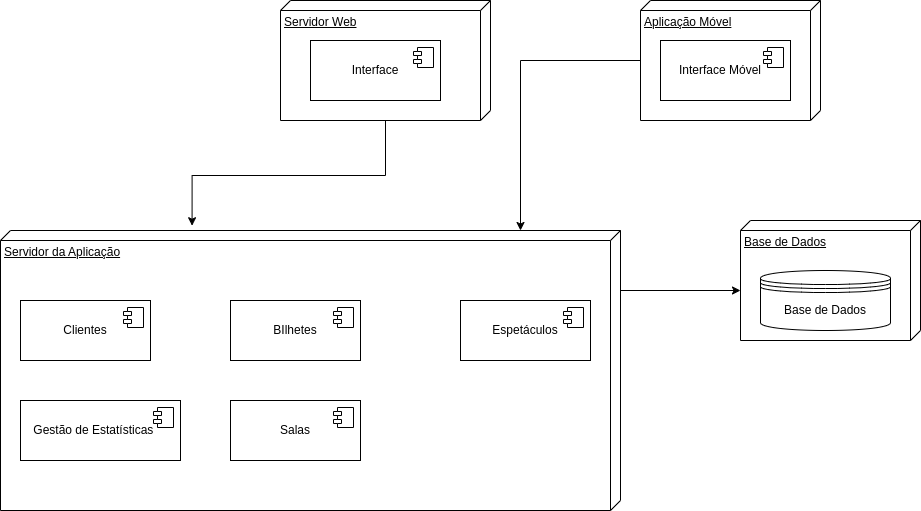
The draw.io diagram UML_Instalação.drawio.png in leorsd/ESOF_UML, before a commit. Source tidied: cells renumbered, new cells last; positions are measured from the earlier drawing's top-left corner, leaving out a move shared by most shapes.
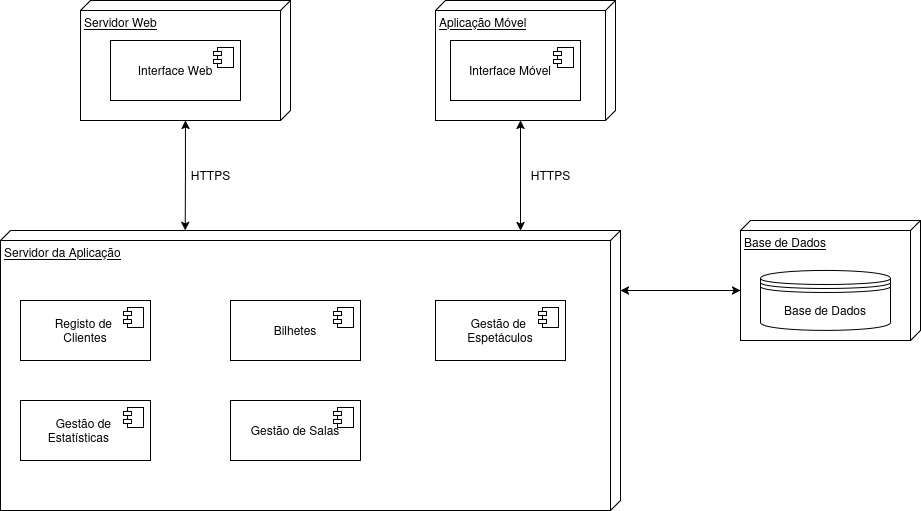
The same diagram one commit later.

Diff of the diagram source:
```diff
@@ -3,7 +3,7 @@
     <mxCell id="0" />
     <mxCell id="1" parent="0" />
     <mxCell id="2" value="Servidor Web" style="verticalAlign=top;align=left;spacingTop=8;spacingLeft=2;spacingRight=12;shape=cube;size=10;direction=south;fontStyle=4;html=1;whiteSpace=wrap;" parent="1" vertex="1">
-      <mxGeometry x="280" width="210" height="120" as="geometry" />
+      <mxGeometry x="80" width="210" height="120" as="geometry" />
     </mxCell>
     <mxCell id="3" value="Base de Dados" style="verticalAlign=top;align=left;spacingTop=8;spacingLeft=2;spacingRight=12;shape=cube;size=10;direction=south;fontStyle=4;html=1;whiteSpace=wrap;" parent="1" vertex="1">
       <mxGeometry x="740" y="220" width="180" height="120" as="geometry" />
@@ -12,10 +12,10 @@
       <mxGeometry y="230" width="620" height="280" as="geometry" />
     </mxCell>
     <mxCell id="5" value="Aplicação Móvel" style="verticalAlign=top;align=left;spacingTop=8;spacingLeft=2;spacingRight=12;shape=cube;size=10;direction=south;fontStyle=4;html=1;whiteSpace=wrap;" parent="1" vertex="1">
-      <mxGeometry x="640" width="180" height="120" as="geometry" />
+      <mxGeometry x="435" width="180" height="120" as="geometry" />
     </mxCell>
-    <mxCell id="6" value="Interf&lt;span style=&quot;color: rgba(0, 0, 0, 0); font-family: monospace; font-size: 0px; text-align: start; text-wrap-mode: nowrap;&quot;&gt;%3CmxGraphModel%3E%3Croot%3E%3CmxCell%20id%3D%220%22%2F%3E%3CmxCell%20id%3D%221%22%20parent%3D%220%22%2F%3E%3CmxCell%20id%3D%222%22%20value%3D%22Servidor%20Web%22%20style%3D%22verticalAlign%3Dtop%3Balign%3Dleft%3BspacingTop%3D8%3BspacingLeft%3D2%3BspacingRight%3D12%3Bshape%3Dcube%3Bsize%3D10%3Bdirection%3Dsouth%3BfontStyle%3D4%3Bhtml%3D1%3BwhiteSpace%3Dwrap%3B%22%20vertex%3D%221%22%20parent%3D%221%22%3E%3CmxGeometry%20x%3D%22-270%22%20y%3D%22210%22%20width%3D%22180%22%20height%3D%22120%22%20as%3D%22geometry%22%2F%3E%3C%2FmxCell%3E%3C%2Froot%3E%3C%2FmxGraphModel%3E&lt;/span&gt;ace" style="html=1;whiteSpace=wrap;" parent="1" vertex="1">
-      <mxGeometry x="310" y="40" width="130" height="60" as="geometry" />
+    <mxCell id="6" value="Interf&lt;span style=&quot;color: rgba(0, 0, 0, 0); font-family: monospace; font-size: 0px; text-align: start; text-wrap-mode: nowrap;&quot;&gt;%3CmxGraphModel%3E%3Croot%3E%3CmxCell%20id%3D%220%22%2F%3E%3CmxCell%20id%3D%221%22%20parent%3D%220%22%2F%3E%3CmxCell%20id%3D%222%22%20value%3D%22Servidor%20Web%22%20style%3D%22verticalAlign%3Dtop%3Balign%3Dleft%3BspacingTop%3D8%3BspacingLeft%3D2%3BspacingRight%3D12%3Bshape%3Dcube%3Bsize%3D10%3Bdirection%3Dsouth%3BfontStyle%3D4%3Bhtml%3D1%3BwhiteSpace%3Dwrap%3B%22%20vertex%3D%221%22%20parent%3D%221%22%3E%3CmxGeometry%20x%3D%22-270%22%20y%3D%22210%22%20width%3D%22180%22%20height%3D%22120%22%20as%3D%22geometry%22%2F%3E%3C%2FmxCell%3E%3C%2Froot%3E%3C%2FmxGraphModel%3E&lt;/span&gt;ace Web" style="html=1;whiteSpace=wrap;" parent="1" vertex="1">
+      <mxGeometry x="110" y="40" width="130" height="60" as="geometry" />
     </mxCell>
     <mxCell id="7" style="shape=module;jettyWidth=8;jettyHeight=4;" parent="6" vertex="1">
       <mxGeometry x="1" width="20" height="20" relative="1" as="geometry">
@@ -23,14 +23,14 @@
       </mxGeometry>
     </mxCell>
     <mxCell id="8" value="Interf&lt;span style=&quot;color: rgba(0, 0, 0, 0); font-family: monospace; font-size: 0px; text-align: start; text-wrap-mode: nowrap;&quot;&gt;%3CmxGraphModel%3E%3Croot%3E%3CmxCell%20id%3D%220%22%2F%3E%3CmxCell%20id%3D%221%22%20parent%3D%220%22%2F%3E%3CmxCell%20id%3D%222%22%20value%3D%22Servidor%20Web%22%20style%3D%22verticalAlign%3Dtop%3Balign%3Dleft%3BspacingTop%3D8%3BspacingLeft%3D2%3BspacingRight%3D12%3Bshape%3Dcube%3Bsize%3D10%3Bdirection%3Dsouth%3BfontStyle%3D4%3Bhtml%3D1%3BwhiteSpace%3Dwrap%3B%22%20vertex%3D%221%22%20parent%3D%221%22%3E%3CmxGeometry%20x%3D%22-270%22%20y%3D%22210%22%20width%3D%22180%22%20height%3D%22120%22%20as%3D%22geometry%22%2F%3E%3C%2FmxCell%3E%3C%2Froot%3E%3C%2FmxGraphModel%3E&lt;/span&gt;ace Móvel&amp;nbsp; &amp;nbsp;" style="html=1;whiteSpace=wrap;" parent="1" vertex="1">
-      <mxGeometry x="660" y="40" width="130" height="60" as="geometry" />
+      <mxGeometry x="450" y="40" width="130" height="60" as="geometry" />
     </mxCell>
     <mxCell id="9" style="shape=module;jettyWidth=8;jettyHeight=4;" parent="8" vertex="1">
       <mxGeometry x="1" width="20" height="20" relative="1" as="geometry">
         <mxPoint x="-27" y="7" as="offset" />
       </mxGeometry>
     </mxCell>
-    <mxCell id="10" style="edgeStyle=orthogonalEdgeStyle;rounded=0;jettySize=auto;html=1;" parent="1" edge="1" source="4">
+    <mxCell id="10" style="edgeStyle=orthogonalEdgeStyle;rounded=0;jettySize=auto;html=1;startArrow=classic;startFill=1;" parent="1" edge="1" source="4">
       <mxGeometry relative="1" as="geometry">
         <mxPoint x="740" y="290" as="targetPoint" />
         <Array as="points">
@@ -38,10 +38,10 @@
         </Array>
       </mxGeometry>
     </mxCell>
-    <mxCell id="11" style="edgeStyle=orthogonalEdgeStyle;rounded=0;jettySize=auto;html=1;entryX=-0.017;entryY=0.691;entryDx=0;entryDy=0;entryPerimeter=0;" parent="1" edge="1" source="2" target="4">
+    <mxCell id="11" style="edgeStyle=orthogonalEdgeStyle;rounded=0;jettySize=auto;html=1;entryX=0;entryY=0.702;entryDx=0;entryDy=0;entryPerimeter=0;startArrow=classic;startFill=1;" parent="1" edge="1" source="2" target="4">
       <mxGeometry relative="1" as="geometry" />
     </mxCell>
-    <mxCell id="12" style="edgeStyle=orthogonalEdgeStyle;rounded=0;jettySize=auto;html=1;" parent="1" edge="1" source="5">
+    <mxCell id="12" style="edgeStyle=orthogonalEdgeStyle;rounded=0;jettySize=auto;html=1;startArrow=classic;startFill=1;" parent="1" edge="1" source="5">
       <mxGeometry relative="1" as="geometry">
         <mxPoint x="520" y="230" as="targetPoint" />
         <Array as="points">
@@ -50,7 +50,7 @@
         </Array>
       </mxGeometry>
     </mxCell>
-    <mxCell id="13" value="Salas&lt;span style=&quot;color: rgba(0, 0, 0, 0); font-family: monospace; font-size: 0px; text-align: start; text-wrap-mode: nowrap;&quot;&gt;%3CmxGraphModel%3E%3Croot%3E%3CmxCell%20id%3D%220%22%2F%3E%3CmxCell%20id%3D%221%22%20parent%3D%220%22%2F%3E%3CmxCell%20id%3D%222%22%20value%3D%22Interf%26lt%3Bspan%20style%3D%26quot%3Bcolor%3A%20rgba(0%2C%200%2C%200%2C%200)%3B%20font-family%3A%20monospace%3B%20font-size%3A%200px%3B%20text-align%3A%20start%3B%20text-wrap-mode%3A%20nowrap%3B%26quot%3B%26gt%3B%253CmxGraphModel%253E%253Croot%253E%253CmxCell%2520id%253D%25220%2522%252F%253E%253CmxCell%2520id%253D%25221%2522%2520parent%253D%25220%2522%252F%253E%253CmxCell%2520id%253D%25222%2522%2520value%253D%2522Servidor%2520Web%2522%2520style%253D%2522verticalAlign%253Dtop%253Balign%253Dleft%253BspacingTop%253D8%253BspacingLeft%253D2%253BspacingRight%253D12%253Bshape%253Dcube%253Bsize%253D10%253Bdirection%253Dsouth%253BfontStyle%253D4%253Bhtml%253D1%253BwhiteSpace%253Dwrap%253B%2522%2520vertex%253D%25221%2522%2520parent%253D%25221%2522%253E%253CmxGeometry%2520x%253D%2522-270%2522%2520y%253D%2522210%2522%2520width%253D%2522180%2522%2520height%253D%2522120%2522%2520as%253D%2522geometry%2522%252F%253E%253C%252FmxCell%253E%253C%252Froot%253E%253C%252FmxGraphModel%253E%26lt%3B%2Fspan%26gt%3Bace%22%20style%3D%22html%3D1%3BdropTarget%3D0%3BwhiteSpace%3Dwrap%3B%22%20vertex%3D%221%22%20parent%3D%221%22%3E%3CmxGeometry%20x%3D%22-240%22%20y%3D%22250%22%20width%3D%22130%22%20height%3D%2260%22%20as%3D%22geometry%22%2F%3E%3C%2FmxCell%3E%3CmxCell%20id%3D%223%22%20value%3D%22%22%20style%3D%22shape%3Dmodule%3BjettyWidth%3D8%3BjettyHeight%3D4%3B%22%20vertex%3D%221%22%20parent%3D%222%22%3E%3CmxGeometry%20x%3D%221%22%20width%3D%2220%22%20height%3D%2220%22%20relative%3D%221%22%20as%3D%22geometry%22%3E%3CmxPoint%20x%3D%22-27%22%20y%3D%227%22%20as%3D%22offset%22%2F%3E%3C%2FmxGeometry%3E%3C%2FmxCell%3E%3C%2Froot%3E%3C%2FmxGraphModel%3E&lt;/span&gt;" style="html=1;whiteSpace=wrap;" parent="1" vertex="1">
+    <mxCell id="13" value="Gestão de Salas&lt;span style=&quot;color: rgba(0, 0, 0, 0); font-family: monospace; font-size: 0px; text-align: start; text-wrap-mode: nowrap;&quot;&gt;%3CmxGraphModel%3E%3Croot%3E%3CmxCell%20id%3D%220%22%2F%3E%3CmxCell%20id%3D%221%22%20parent%3D%220%22%2F%3E%3CmxCell%20id%3D%222%22%20value%3D%22Interf%26lt%3Bspan%20style%3D%26quot%3Bcolor%3A%20rgba(0%2C%200%2C%200%2C%200)%3B%20font-family%3A%20monospace%3B%20font-size%3A%200px%3B%20text-align%3A%20start%3B%20text-wrap-mode%3A%20nowrap%3B%26quot%3B%26gt%3B%253CmxGraphModel%253E%253Croot%253E%253CmxCell%2520id%253D%25220%2522%252F%253E%253CmxCell%2520id%253D%25221%2522%2520parent%253D%25220%2522%252F%253E%253CmxCell%2520id%253D%25222%2522%2520value%253D%2522Servidor%2520Web%2522%2520style%253D%2522verticalAlign%253Dtop%253Balign%253Dleft%253BspacingTop%253D8%253BspacingLeft%253D2%253BspacingRight%253D12%253Bshape%253Dcube%253Bsize%253D10%253Bdirection%253Dsouth%253BfontStyle%253D4%253Bhtml%253D1%253BwhiteSpace%253Dwrap%253B%2522%2520vertex%253D%25221%2522%2520parent%253D%25221%2522%253E%253CmxGeometry%2520x%253D%2522-270%2522%2520y%253D%2522210%2522%2520width%253D%2522180%2522%2520height%253D%2522120%2522%2520as%253D%2522geometry%2522%252F%253E%253C%252FmxCell%253E%253C%252Froot%253E%253C%252FmxGraphModel%253E%26lt%3B%2Fspan%26gt%3Bace%22%20style%3D%22html%3D1%3BdropTarget%3D0%3BwhiteSpace%3Dwrap%3B%22%20vertex%3D%221%22%20parent%3D%221%22%3E%3CmxGeometry%20x%3D%22-240%22%20y%3D%22250%22%20width%3D%22130%22%20height%3D%2260%22%20as%3D%22geometry%22%2F%3E%3C%2FmxCell%3E%3CmxCell%20id%3D%223%22%20value%3D%22%22%20style%3D%22shape%3Dmodule%3BjettyWidth%3D8%3BjettyHeight%3D4%3B%22%20vertex%3D%221%22%20parent%3D%222%22%3E%3CmxGeometry%20x%3D%221%22%20width%3D%2220%22%20height%3D%2220%22%20relative%3D%221%22%20as%3D%22geometry%22%3E%3CmxPoint%20x%3D%22-27%22%20y%3D%227%22%20as%3D%22offset%22%2F%3E%3C%2FmxGeometry%3E%3C%2FmxCell%3E%3C%2Froot%3E%3C%2FmxGraphModel%3E&lt;/span&gt;" style="html=1;whiteSpace=wrap;" parent="1" vertex="1">
       <mxGeometry x="230" y="400" width="130" height="60" as="geometry" />
     </mxCell>
     <mxCell id="14" style="shape=module;jettyWidth=8;jettyHeight=4;" parent="13" vertex="1">
@@ -58,15 +58,15 @@
         <mxPoint x="-27" y="7" as="offset" />
       </mxGeometry>
     </mxCell>
-    <mxCell id="15" value="Espetáculos" style="html=1;whiteSpace=wrap;" parent="1" vertex="1">
-      <mxGeometry x="460" y="300" width="130" height="60" as="geometry" />
+    <mxCell id="15" value="&lt;div&gt;Gestão de&amp;nbsp;&lt;/div&gt;&lt;div&gt;Espetáculos&lt;/div&gt;" style="html=1;whiteSpace=wrap;" parent="1" vertex="1">
+      <mxGeometry x="435" y="300" width="130" height="60" as="geometry" />
     </mxCell>
     <mxCell id="16" style="shape=module;jettyWidth=8;jettyHeight=4;" parent="15" vertex="1">
       <mxGeometry x="1" width="20" height="20" relative="1" as="geometry">
         <mxPoint x="-27" y="7" as="offset" />
       </mxGeometry>
     </mxCell>
-    <mxCell id="17" value="Clientes" style="html=1;whiteSpace=wrap;" parent="1" vertex="1">
+    <mxCell id="17" value="&lt;div&gt;Registo de&amp;nbsp;&lt;/div&gt;&lt;div&gt;Clientes&lt;/div&gt;" style="html=1;whiteSpace=wrap;" parent="1" vertex="1">
       <mxGeometry x="20" y="300" width="130" height="60" as="geometry" />
     </mxCell>
     <mxCell id="18" style="shape=module;jettyWidth=8;jettyHeight=4;" parent="17" vertex="1">
@@ -74,7 +74,7 @@
         <mxPoint x="-27" y="7" as="offset" />
       </mxGeometry>
     </mxCell>
-    <mxCell id="19" value="BIlhetes" style="html=1;whiteSpace=wrap;" parent="1" vertex="1">
+    <mxCell id="19" value="&lt;div&gt;Bilhetes&lt;/div&gt;" style="html=1;whiteSpace=wrap;" parent="1" vertex="1">
       <mxGeometry x="230" y="300" width="130" height="60" as="geometry" />
     </mxCell>
     <mxCell id="20" style="shape=module;jettyWidth=8;jettyHeight=4;" parent="19" vertex="1">
@@ -82,8 +82,8 @@
         <mxPoint x="-27" y="7" as="offset" />
       </mxGeometry>
     </mxCell>
-    <mxCell id="21" value="Gestão de Estatísticas&amp;nbsp; &amp;nbsp;&amp;nbsp;" style="html=1;whiteSpace=wrap;" parent="1" vertex="1">
-      <mxGeometry x="20" y="400" width="160" height="60" as="geometry" />
+    <mxCell id="21" value="&lt;div&gt;Gestão de&amp;nbsp;&lt;/div&gt;&lt;div&gt;Estatísticas&amp;nbsp; &amp;nbsp;&amp;nbsp;&lt;/div&gt;" style="html=1;whiteSpace=wrap;" parent="1" vertex="1">
+      <mxGeometry x="20" y="400" width="130" height="60" as="geometry" />
     </mxCell>
     <mxCell id="22" style="shape=module;jettyWidth=8;jettyHeight=4;" parent="21" vertex="1">
       <mxGeometry x="1" width="20" height="20" relative="1" as="geometry">
@@ -93,5 +93,11 @@
     <mxCell id="23" value="Base de Dados" style="shape=datastore;whiteSpace=wrap;html=1;" parent="1" vertex="1">
       <mxGeometry x="760" y="270" width="130" height="60" as="geometry" />
     </mxCell>
+    <mxCell id="24" value="HTTPS" style="text;html=1;align=center;verticalAlign=middle;strokeColor=none;fillColor=none;" parent="1" vertex="1">
+      <mxGeometry x="180" y="160" width="60" height="30" as="geometry" />
+    </mxCell>
+    <mxCell id="25" value="HTTPS" style="text;html=1;align=center;verticalAlign=middle;strokeColor=none;fillColor=none;" parent="1" vertex="1">
+      <mxGeometry x="520" y="160" width="60" height="30" as="geometry" />
+    </mxCell>
   </root>
 </mxGraphModel>
```
